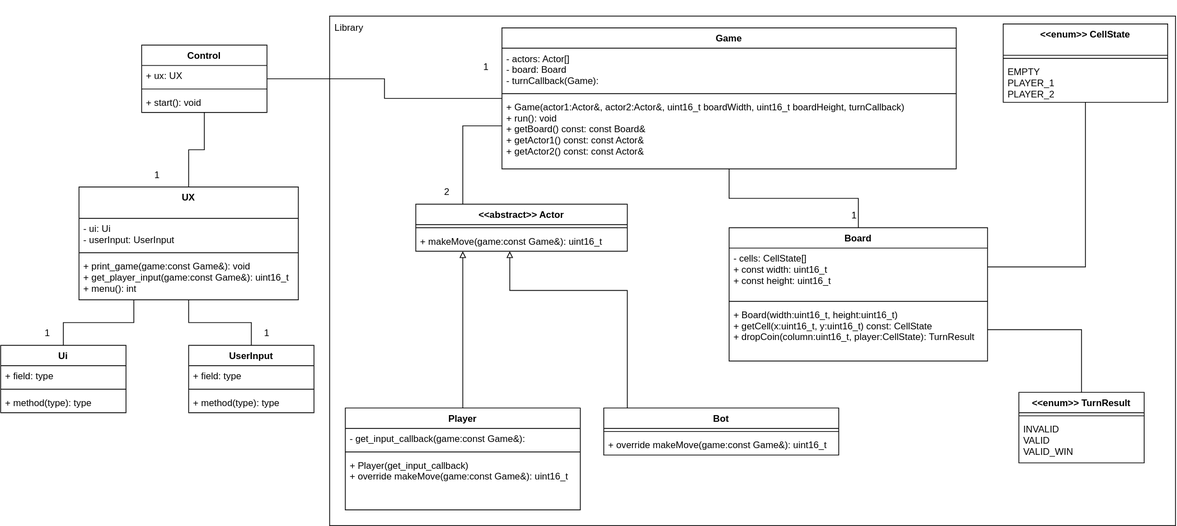
Earlier version of the draw.io export uml.svg (MaZe3D/Connect_Four). Source tidied: cells renumbered, new cells last; positions are measured from the earlier drawing's top-left corner, leaving out a move shared by most shapes.
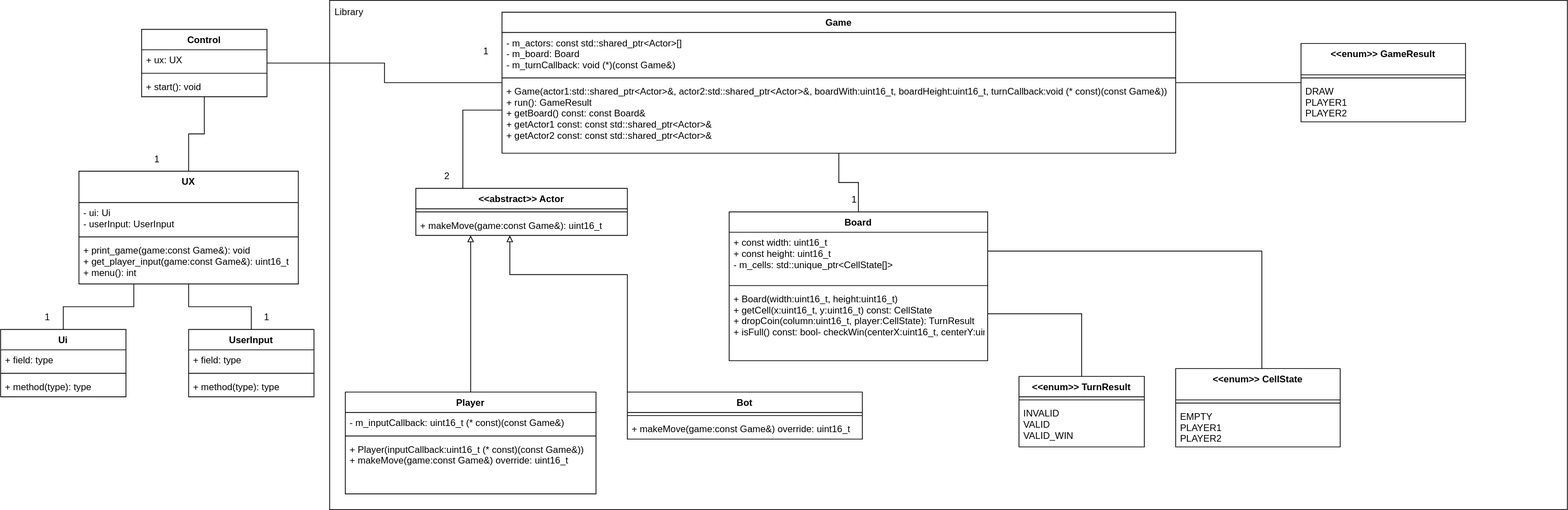
Later version of the same file.

Commit message:
update uml diagram

Change to the diagram source:
```diff
@@ -3,7 +3,7 @@
     <mxCell id="0" />
     <mxCell id="1" parent="0" />
     <mxCell id="2" style="rounded=0;whiteSpace=wrap;html=1;" parent="1" vertex="1">
-      <mxGeometry x="420" y="20" width="1080" height="650" as="geometry" />
+      <mxGeometry x="420" y="20" width="1580" height="650" as="geometry" />
     </mxCell>
     <mxCell id="3" style="edgeStyle=orthogonalEdgeStyle;rounded=0;jettySize=auto;html=1;endArrow=none;endFill=0;" parent="1" edge="1" source="30" target="47">
       <mxGeometry relative="1" as="geometry">
@@ -24,16 +24,16 @@
       </mxGeometry>
     </mxCell>
     <mxCell id="6" value="Player" style="swimlane;fontStyle=1;align=center;verticalAlign=top;horizontal=1;startSize=26;" parent="1" vertex="1">
-      <mxGeometry x="440" y="520" width="300" height="130" as="geometry" />
+      <mxGeometry x="440" y="520" width="320" height="130" as="geometry" />
     </mxCell>
-    <mxCell id="7" value="- get_input_callback(game:const Game&amp;):" style="text;strokeColor=none;fillColor=none;align=left;verticalAlign=top;spacingLeft=4;spacingRight=4;overflow=hidden;" parent="6" vertex="1">
-      <mxGeometry y="26" width="300" height="26" as="geometry" />
+    <mxCell id="7" value="- m_inputCallback: uint16_t (* const)(const Game&amp;)" style="text;strokeColor=none;fillColor=none;align=left;verticalAlign=top;spacingLeft=4;spacingRight=4;overflow=hidden;" parent="6" vertex="1">
+      <mxGeometry y="26" width="320" height="26" as="geometry" />
     </mxCell>
     <mxCell id="8" style="line;strokeWidth=1;fillColor=none;align=left;verticalAlign=middle;spacingTop=-1;spacingLeft=3;spacingRight=3;labelPosition=right;" parent="6" vertex="1">
-      <mxGeometry y="52" width="300" height="8" as="geometry" />
+      <mxGeometry y="52" width="320" height="8" as="geometry" />
     </mxCell>
-    <mxCell id="9" value="+ Player(get_input_callback)&#10;+ override makeMove(game:const Game&amp;): uint16_t" style="text;strokeColor=none;fillColor=none;align=left;verticalAlign=top;spacingLeft=4;spacingRight=4;overflow=hidden;" parent="6" vertex="1">
-      <mxGeometry y="60" width="300" height="70" as="geometry" />
+    <mxCell id="9" value="+ Player(inputCallback:uint16_t (* const)(const Game&amp;))&#10;+ makeMove(game:const Game&amp;) override: uint16_t" style="text;strokeColor=none;fillColor=none;align=left;verticalAlign=top;spacingLeft=4;spacingRight=4;overflow=hidden;" parent="6" vertex="1">
+      <mxGeometry y="60" width="320" height="70" as="geometry" />
     </mxCell>
     <mxCell id="10" style="edgeStyle=orthogonalEdgeStyle;rounded=0;jettySize=auto;html=1;endArrow=block;endFill=0;" parent="1" edge="1" source="11" target="47">
       <mxGeometry relative="1" as="geometry">
@@ -44,12 +44,12 @@
       </mxGeometry>
     </mxCell>
     <mxCell id="11" value="Bot" style="swimlane;fontStyle=1;align=center;verticalAlign=top;horizontal=1;startSize=26;" parent="1" vertex="1">
-      <mxGeometry x="770" y="520" width="300" height="60" as="geometry" />
+      <mxGeometry x="800" y="520" width="300" height="60" as="geometry" />
     </mxCell>
     <mxCell id="12" style="line;strokeWidth=1;fillColor=none;align=left;verticalAlign=middle;spacingTop=-1;spacingLeft=3;spacingRight=3;labelPosition=right;" parent="11" vertex="1">
       <mxGeometry y="26" width="300" height="8" as="geometry" />
     </mxCell>
-    <mxCell id="13" value="+ override makeMove(game:const Game&amp;): uint16_t" style="text;strokeColor=none;fillColor=none;align=left;verticalAlign=top;spacingLeft=4;spacingRight=4;overflow=hidden;" parent="11" vertex="1">
+    <mxCell id="13" value="+ makeMove(game:const Game&amp;) override: uint16_t" style="text;strokeColor=none;fillColor=none;align=left;verticalAlign=top;spacingLeft=4;spacingRight=4;overflow=hidden;" parent="11" vertex="1">
       <mxGeometry y="34" width="300" height="26" as="geometry" />
     </mxCell>
     <mxCell id="14" style="edgeStyle=orthogonalEdgeStyle;rounded=0;jettySize=auto;html=1;endArrow=none;endFill=0;" parent="1" edge="1" source="16" target="30">
@@ -85,37 +85,37 @@
       <mxGeometry relative="1" as="geometry" />
     </mxCell>
     <mxCell id="23" style="group;" parent="1" vertex="1">
-      <mxGeometry x="930" y="260" width="330" height="200" as="geometry" />
+      <mxGeometry x="930" y="260" width="330" height="220" as="geometry" />
     </mxCell>
     <mxCell id="24" value="Board" style="swimlane;fontStyle=1;align=center;verticalAlign=top;horizontal=1;startSize=26;" parent="23" vertex="1">
-      <mxGeometry y="30" width="330" height="170" as="geometry" />
+      <mxGeometry y="30" width="330" height="190" as="geometry" />
     </mxCell>
-    <mxCell id="25" value="- cells: CellState[]&#10;+ const width: uint16_t&#10;+ const height: uint16_t" style="text;strokeColor=none;fillColor=none;align=left;verticalAlign=top;spacingLeft=4;spacingRight=4;overflow=hidden;" parent="24" vertex="1">
+    <mxCell id="25" value="+ const width: uint16_t&#10;+ const height: uint16_t&#10;- m_cells: std::unique_ptr&lt;CellState[]&gt;" style="text;strokeColor=none;fillColor=none;align=left;verticalAlign=top;spacingLeft=4;spacingRight=4;overflow=hidden;" parent="24" vertex="1">
       <mxGeometry y="26" width="330" height="64" as="geometry" />
     </mxCell>
     <mxCell id="26" style="line;strokeWidth=1;fillColor=none;align=left;verticalAlign=middle;spacingTop=-1;spacingLeft=3;spacingRight=3;labelPosition=right;" parent="24" vertex="1">
       <mxGeometry y="90" width="330" height="8" as="geometry" />
     </mxCell>
-    <mxCell id="27" value="+ Board(width:uint16_t, height:uint16_t)&#10;+ getCell(x:uint16_t, y:uint16_t) const: CellState&#10;+ dropCoin(column:uint16_t, player:CellState): TurnResult" style="text;strokeColor=none;fillColor=none;align=left;verticalAlign=top;spacingLeft=4;spacingRight=4;overflow=hidden;" parent="24" vertex="1">
-      <mxGeometry y="98" width="330" height="72" as="geometry" />
+    <mxCell id="27" value="+ Board(width:uint16_t, height:uint16_t)&#10;+ getCell(x:uint16_t, y:uint16_t) const: CellState&#10;+ dropCoin(column:uint16_t, player:CellState): TurnResult&#10;+ isFull() const: bool- checkWin(centerX:uint16_t, centerY:uint16_t) const: bool&#10;" style="text;strokeColor=none;fillColor=none;align=left;verticalAlign=top;spacingLeft=4;spacingRight=4;overflow=hidden;" parent="24" vertex="1">
+      <mxGeometry y="98" width="330" height="92" as="geometry" />
     </mxCell>
     <mxCell id="28" value="1" style="rounded=0;whiteSpace=wrap;html=1;strokeColor=none;fillColor=none;" parent="23" vertex="1">
       <mxGeometry x="140" width="40" height="30" as="geometry" />
     </mxCell>
     <mxCell id="29" style="group;" parent="1" vertex="1">
-      <mxGeometry x="600" y="35" width="620" height="180" as="geometry" />
+      <mxGeometry x="600" y="35" width="900" height="180" as="geometry" />
     </mxCell>
     <mxCell id="30" value="Game" style="swimlane;fontStyle=1;align=center;verticalAlign=top;horizontal=1;startSize=26;" parent="29" vertex="1">
-      <mxGeometry x="40" width="580" height="180" as="geometry" />
+      <mxGeometry x="40" width="860" height="180" as="geometry" />
     </mxCell>
-    <mxCell id="31" value="- actors: Actor[]&#10;- board: Board&#10;- turnCallback(Game):" style="text;strokeColor=none;fillColor=none;align=left;verticalAlign=top;spacingLeft=4;spacingRight=4;overflow=hidden;" parent="30" vertex="1">
-      <mxGeometry y="26" width="580" height="54" as="geometry" />
+    <mxCell id="31" value="- m_actors: const std::shared_ptr&lt;Actor&gt;[]&#10;- m_board: Board&#10;- m_turnCallback: void (*)(const Game&amp;)" style="text;strokeColor=none;fillColor=none;align=left;verticalAlign=top;spacingLeft=4;spacingRight=4;overflow=hidden;" parent="30" vertex="1">
+      <mxGeometry y="26" width="860" height="54" as="geometry" />
     </mxCell>
     <mxCell id="32" style="line;strokeWidth=1;fillColor=none;align=left;verticalAlign=middle;spacingTop=-1;spacingLeft=3;spacingRight=3;labelPosition=right;" parent="30" vertex="1">
-      <mxGeometry y="80" width="580" height="8" as="geometry" />
+      <mxGeometry y="80" width="860" height="8" as="geometry" />
     </mxCell>
-    <mxCell id="33" value="+ Game(actor1:Actor&amp;, actor2:Actor&amp;, uint16_t boardWidth, uint16_t boardHeight, turnCallback)&#10;+ run(): void&#10;+ getBoard() const: const Board&amp;&#10;+ getActor1() const: const Actor&amp;&#10;+ getActor2() const: const Actor&amp;" style="text;strokeColor=none;fillColor=none;align=left;verticalAlign=top;spacingLeft=4;spacingRight=4;overflow=hidden;" parent="30" vertex="1">
-      <mxGeometry y="88" width="580" height="92" as="geometry" />
+    <mxCell id="33" value="+ Game(actor1:std::shared_ptr&lt;Actor&gt;&amp;, actor2:std::shared_ptr&lt;Actor&gt;&amp;, boardWith:uint16_t, boardHeight:uint16_t, turnCallback:void (* const)(const Game&amp;))&#10;+ run(): GameResult&#10;+ getBoard() const: const Board&amp;&#10;+ getActor1 const: const std::shared_ptr&lt;Actor&gt;&amp;&#10;+ getActor2 const: const std::shared_ptr&lt;Actor&gt;&amp;" style="text;strokeColor=none;fillColor=none;align=left;verticalAlign=top;spacingLeft=4;spacingRight=4;overflow=hidden;" parent="30" vertex="1">
+      <mxGeometry y="88" width="860" height="92" as="geometry" />
     </mxCell>
     <mxCell id="34" value="1" style="rounded=0;whiteSpace=wrap;html=1;strokeColor=none;fillColor=none;" parent="29" vertex="1">
       <mxGeometry y="35" width="40" height="30" as="geometry" />
@@ -139,7 +139,7 @@
       <mxGeometry x="80" width="40" height="30" as="geometry" />
     </mxCell>
     <mxCell id="41" style="group;" parent="1" vertex="1">
-      <mxGeometry x="1280" width="210" height="150" as="geometry" />
+      <mxGeometry x="1500" y="460" width="210" height="150" as="geometry" />
     </mxCell>
     <mxCell id="42" value="&lt;&lt;enum&gt;&gt; CellState" style="swimlane;fontStyle=1;align=center;verticalAlign=top;horizontal=1;startSize=40;" parent="41" vertex="1">
       <mxGeometry y="30" width="210" height="100" as="geometry" />
@@ -147,13 +147,13 @@
     <mxCell id="43" style="line;strokeWidth=1;fillColor=none;align=left;verticalAlign=middle;spacingTop=-1;spacingLeft=3;spacingRight=3;labelPosition=right;" parent="42" vertex="1">
       <mxGeometry y="40" width="210" height="8" as="geometry" />
     </mxCell>
-    <mxCell id="44" value="EMPTY&#10;PLAYER_1&#10;PLAYER_2" style="text;strokeColor=none;fillColor=none;align=left;verticalAlign=top;spacingLeft=4;spacingRight=4;overflow=hidden;" parent="42" vertex="1">
+    <mxCell id="44" value="EMPTY&#10;PLAYER1&#10;PLAYER2" style="text;strokeColor=none;fillColor=none;align=left;verticalAlign=top;spacingLeft=4;spacingRight=4;overflow=hidden;" parent="42" vertex="1">
       <mxGeometry y="48" width="210" height="52" as="geometry" />
     </mxCell>
     <mxCell id="45" style="edgeStyle=orthogonalEdgeStyle;rounded=0;jettySize=auto;html=1;endArrow=none;endFill=0;" parent="1" edge="1" source="24" target="42">
       <mxGeometry relative="1" as="geometry">
         <Array as="points">
-          <mxPoint x="1385" y="340" />
+          <mxPoint x="1610" y="340" />
         </Array>
       </mxGeometry>
     </mxCell>
@@ -224,5 +224,20 @@
     <mxCell id="66" value="1" style="rounded=0;whiteSpace=wrap;html=1;strokeColor=none;fillColor=none;" parent="61" vertex="1">
       <mxGeometry x="40" width="40" height="30" as="geometry" />
     </mxCell>
+    <mxCell id="67" style="group;" parent="1" vertex="1">
+      <mxGeometry x="1660" y="45" width="210" height="150" as="geometry" />
+    </mxCell>
+    <mxCell id="68" value="&lt;&lt;enum&gt;&gt; GameResult" style="swimlane;fontStyle=1;align=center;verticalAlign=top;horizontal=1;startSize=40;" parent="67" vertex="1">
+      <mxGeometry y="30" width="210" height="100" as="geometry" />
+    </mxCell>
+    <mxCell id="69" style="line;strokeWidth=1;fillColor=none;align=left;verticalAlign=middle;spacingTop=-1;spacingLeft=3;spacingRight=3;labelPosition=right;" parent="68" vertex="1">
+      <mxGeometry y="40" width="210" height="8" as="geometry" />
+    </mxCell>
+    <mxCell id="70" value="DRAW&#10;PLAYER1&#10;PLAYER2&#10;" style="text;strokeColor=none;fillColor=none;align=left;verticalAlign=top;spacingLeft=4;spacingRight=4;overflow=hidden;" parent="68" vertex="1">
+      <mxGeometry y="48" width="210" height="52" as="geometry" />
+    </mxCell>
+    <mxCell id="71" style="edgeStyle=orthogonalEdgeStyle;rounded=0;jettySize=auto;html=1;endArrow=none;endFill=0;" parent="1" edge="1" source="68" target="30">
+      <mxGeometry relative="1" as="geometry" />
+    </mxCell>
   </root>
 </mxGraphModel>
```
